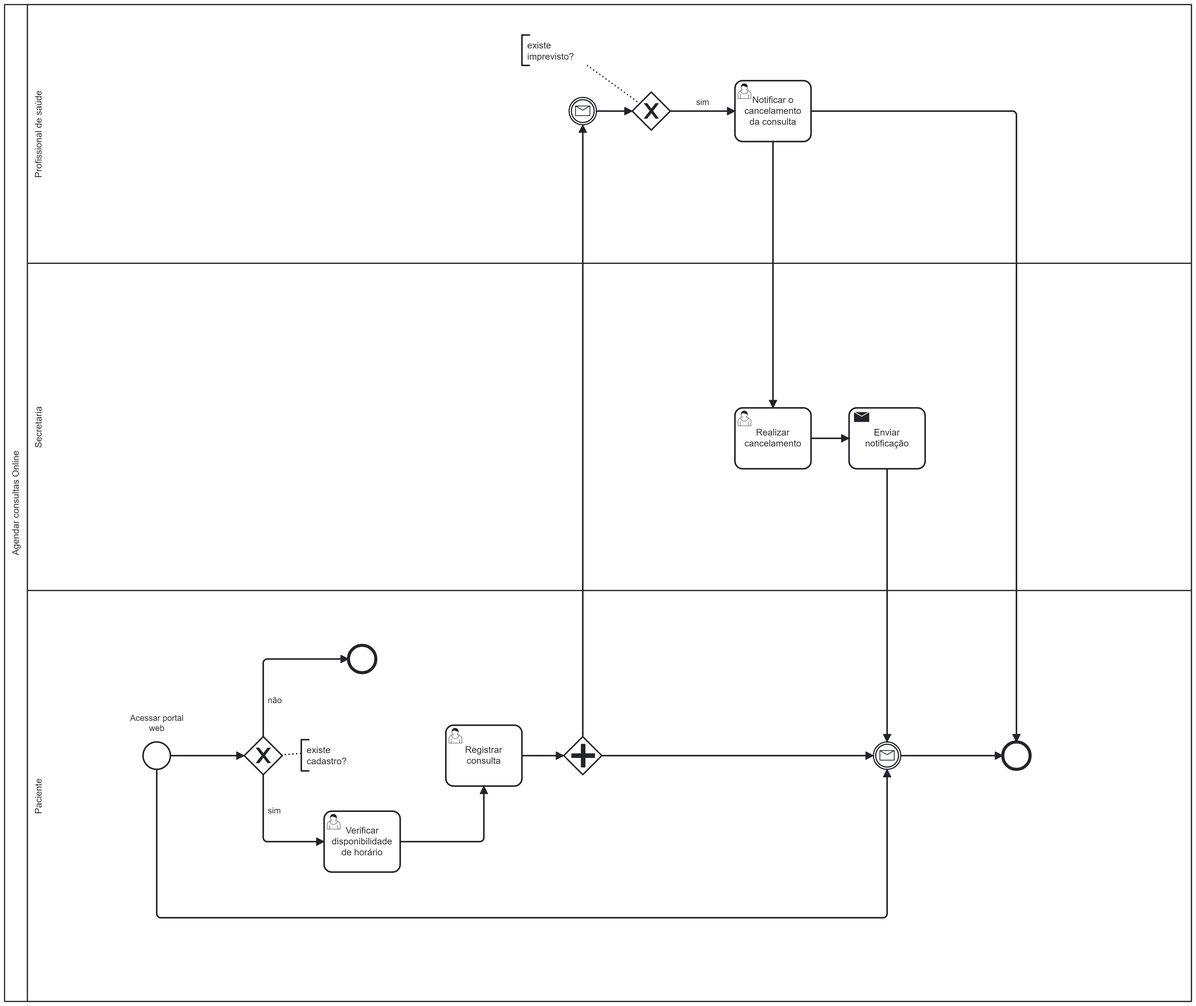
bragap/healthassist-faculdade-2p keeps this BPMN diagram as docs/images/processo_3_gerenciar_consultas_online.png. Above is the earlier version. Its source is kept beside it as assets/processes/processo_3_gerenciar_consultas_online.bpmn. Ids are renumbered.
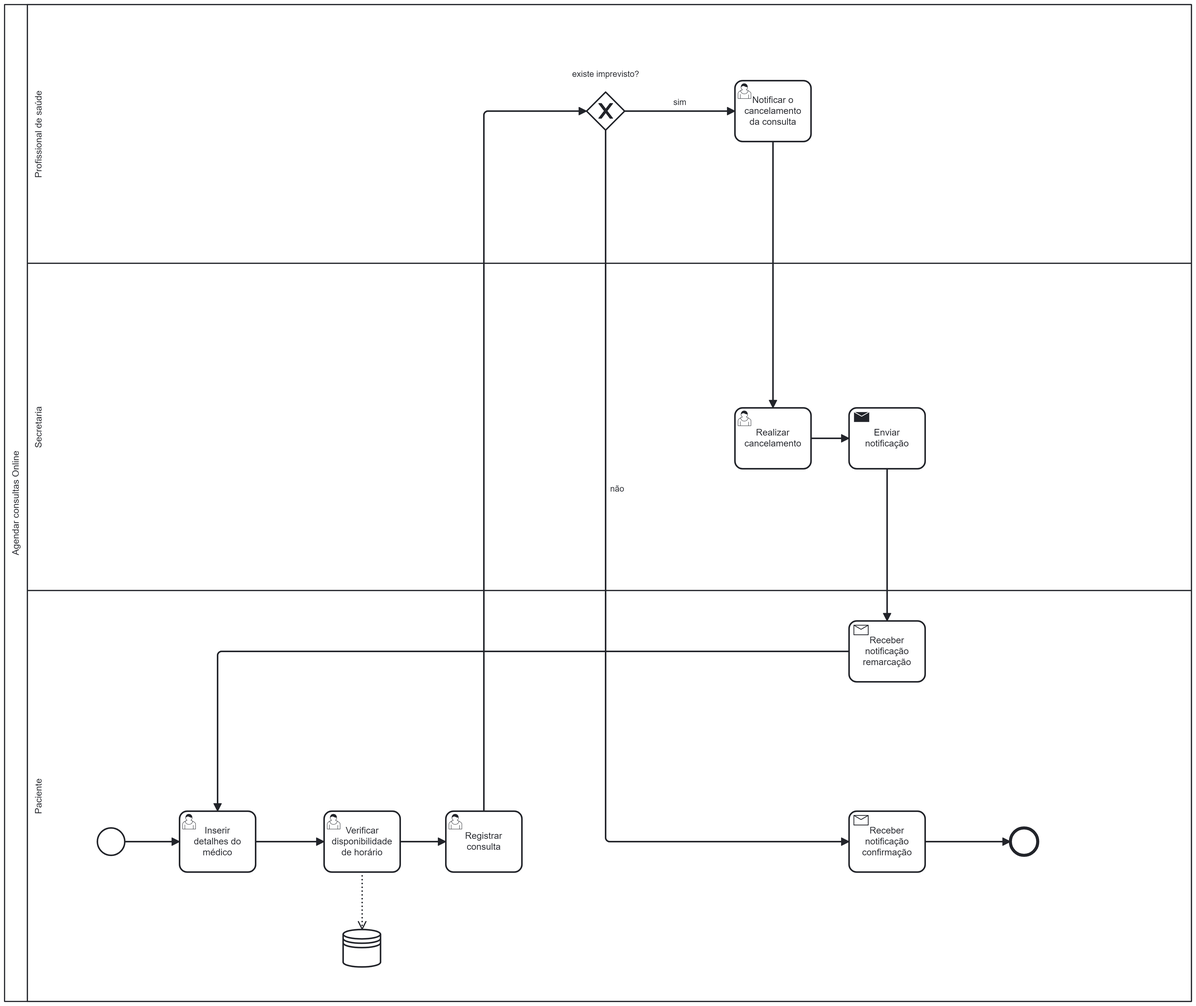
The same diagram one commit later.

Commit message:
Atualização do processo 3 #62

Diff of the diagram source:
```diff
@@ -5,106 +5,82 @@
   <bpmn:process id="Process_n4" isExecutable="true">
     <bpmn:laneSet id="LaneSet_n5">
       <bpmn:lane id="Lane_n6" name="Paciente">
-        <bpmn:flowNodeRef>Gateway_n7</bpmn:flowNodeRef>
         <bpmn:flowNodeRef>Activity_n8</bpmn:flowNodeRef>
-        <bpmn:flowNodeRef>Event_n9</bpmn:flowNodeRef>
-        <bpmn:flowNodeRef>Event_n10</bpmn:flowNodeRef>
         <bpmn:flowNodeRef>Activity_n11</bpmn:flowNodeRef>
-        <bpmn:flowNodeRef>Gateway_n12</bpmn:flowNodeRef>
+        <bpmn:flowNodeRef>Activity_n42</bpmn:flowNodeRef>
         <bpmn:flowNodeRef>Event_n13</bpmn:flowNodeRef>
+        <bpmn:flowNodeRef>Activity_n43</bpmn:flowNodeRef>
         <bpmn:flowNodeRef>StartEvent_1</bpmn:flowNodeRef>
+        <bpmn:flowNodeRef>Activity_n44</bpmn:flowNodeRef>
       </bpmn:lane>
       <bpmn:lane id="Lane_n14" name="Secretaria">
         <bpmn:flowNodeRef>Activity_n15</bpmn:flowNodeRef>
         <bpmn:flowNodeRef>Activity_n16</bpmn:flowNodeRef>
       </bpmn:lane>
       <bpmn:lane id="Lane_n17" name="Profissional de saúde">
-        <bpmn:flowNodeRef>Event_n18</bpmn:flowNodeRef>
-        <bpmn:flowNodeRef>Gateway_n19</bpmn:flowNodeRef>
         <bpmn:flowNodeRef>Activity_n20</bpmn:flowNodeRef>
+        <bpmn:flowNodeRef>Gateway_n12</bpmn:flowNodeRef>
       </bpmn:lane>
     </bpmn:laneSet>
-    <bpmn:exclusiveGateway id="Gateway_n7">
-      <bpmn:incoming>Flow_n21</bpmn:incoming>
-      <bpmn:outgoing>Flow_n22</bpmn:outgoing>
-      <bpmn:outgoing>Flow_n23</bpmn:outgoing>
-    </bpmn:exclusiveGateway>
-    <bpmn:intermediateCatchEvent id="Event_n18">
+    <bpmn:sequenceFlow id="Flow_n29" sourceRef="Activity_n15" targetRef="Activity_n16" />
+    <bpmn:sequenceFlow id="Flow_n28" sourceRef="Activity_n20" targetRef="Activity_n15" />
+    <bpmn:sequenceFlow id="Flow_n24" name="sim" sourceRef="Gateway_n12" targetRef="Activity_n20" />
+    <bpmn:sendTask id="Activity_n16" name="Enviar notificação">
+      <bpmn:incoming>Flow_n29</bpmn:incoming>
+      <bpmn:outgoing>Flow_n45</bpmn:outgoing>
+    </bpmn:sendTask>
+    <bpmn:userTask id="Activity_n20" name="Notificar o cancelamento da consulta">
       <bpmn:incoming>Flow_n24</bpmn:incoming>
-      <bpmn:outgoing>Flow_n25</bpmn:outgoing>
-      <bpmn:messageEventDefinition id="MessageEventDefinition_n26" />
-    </bpmn:intermediateCatchEvent>
-    <bpmn:exclusiveGateway id="Gateway_n19">
-      <bpmn:incoming>Flow_n25</bpmn:incoming>
-      <bpmn:outgoing>Flow_n27</bpmn:outgoing>
-    </bpmn:exclusiveGateway>
+      <bpmn:outgoing>Flow_n28</bpmn:outgoing>
+    </bpmn:userTask>
     <bpmn:userTask id="Activity_n15" name="Realizar cancelamento">
       <bpmn:incoming>Flow_n28</bpmn:incoming>
       <bpmn:outgoing>Flow_n29</bpmn:outgoing>
     </bpmn:userTask>
-    <bpmn:sequenceFlow id="Flow_n22" name="sim" sourceRef="Gateway_n7" targetRef="Activity_n8" />
+    <bpmn:sequenceFlow id="Flow_n37" sourceRef="Activity_n11" targetRef="Gateway_n12" />
     <bpmn:sequenceFlow id="Flow_n30" sourceRef="Activity_n8" targetRef="Activity_n11" />
-    <bpmn:sequenceFlow id="Flow_n25" sourceRef="Event_n18" targetRef="Gateway_n19" />
-    <bpmn:sequenceFlow id="Flow_n27" name="sim" sourceRef="Gateway_n19" targetRef="Activity_n20" />
-    <bpmn:sequenceFlow id="Flow_n28" sourceRef="Activity_n20" targetRef="Activity_n15" />
     <bpmn:userTask id="Activity_n8" name="Verificar disponibilidade de horário">
-      <bpmn:incoming>Flow_n22</bpmn:incoming>
+      <bpmn:incoming>Flow_n46</bpmn:incoming>
       <bpmn:outgoing>Flow_n30</bpmn:outgoing>
+      <bpmn:dataOutputAssociation id="DataOutputAssociation_n47">
+        <bpmn:targetRef>DataStoreReference_n48</bpmn:targetRef>
+      </bpmn:dataOutputAssociation>
     </bpmn:userTask>
-    <bpmn:userTask id="Activity_n20" name="Notificar o cancelamento da consulta">
-      <bpmn:incoming>Flow_n27</bpmn:incoming>
-      <bpmn:outgoing>Flow_n28</bpmn:outgoing>
-      <bpmn:outgoing>Flow_n31</bpmn:outgoing>
-    </bpmn:userTask>
-    <bpmn:sequenceFlow id="Flow_n29" sourceRef="Activity_n15" targetRef="Activity_n16" />
-    <bpmn:intermediateCatchEvent id="Event_n9">
-      <bpmn:incoming>Flow_n32</bpmn:incoming>
-      <bpmn:incoming>Flow_n33</bpmn:incoming>
-      <bpmn:incoming>Flow_n34</bpmn:incoming>
-      <bpmn:outgoing>Flow_n35</bpmn:outgoing>
-      <bpmn:messageEventDefinition id="MessageEventDefinition_n36" />
-    </bpmn:intermediateCatchEvent>
-    <bpmn:sequenceFlow id="Flow_n32" sourceRef="Activity_n16" targetRef="Event_n9" />
-    <bpmn:sendTask id="Activity_n16" name="Enviar notificação">
-      <bpmn:incoming>Flow_n29</bpmn:incoming>
-      <bpmn:outgoing>Flow_n32</bpmn:outgoing>
-    </bpmn:sendTask>
-    <bpmn:sequenceFlow id="Flow_n23" name="não" sourceRef="Gateway_n7" targetRef="Event_n10" />
-    <bpmn:endEvent id="Event_n10">
-      <bpmn:incoming>Flow_n23</bpmn:incoming>
-    </bpmn:endEvent>
-    <bpmn:sequenceFlow id="Flow_n37" sourceRef="Activity_n11" targetRef="Gateway_n12" />
-    <bpmn:sequenceFlow id="Flow_n33" sourceRef="Gateway_n12" targetRef="Event_n9" />
-    <bpmn:sequenceFlow id="Flow_n24" sourceRef="Gateway_n12" targetRef="Event_n18" />
+    <bpmn:sequenceFlow id="Flow_n49" sourceRef="Activity_n42" targetRef="Event_n13" />
     <bpmn:userTask id="Activity_n11" name="Registrar consulta">
       <bpmn:incoming>Flow_n30</bpmn:incoming>
       <bpmn:outgoing>Flow_n37</bpmn:outgoing>
     </bpmn:userTask>
-    <bpmn:parallelGateway id="Gateway_n12">
+    <bpmn:receiveTask id="Activity_n42" name="Receber notificação confirmação">
+      <bpmn:incoming>Flow_n50</bpmn:incoming>
+      <bpmn:outgoing>Flow_n49</bpmn:outgoing>
+    </bpmn:receiveTask>
+    <bpmn:endEvent id="Event_n13">
+      <bpmn:incoming>Flow_n49</bpmn:incoming>
+    </bpmn:endEvent>
+    <bpmn:sequenceFlow id="Flow_n51" sourceRef="Activity_n43" targetRef="Activity_n44" />
+    <bpmn:sequenceFlow id="Flow_n45" sourceRef="Activity_n16" targetRef="Activity_n43" />
+    <bpmn:receiveTask id="Activity_n43" name="Receber notificação remarcação">
+      <bpmn:incoming>Flow_n45</bpmn:incoming>
+      <bpmn:outgoing>Flow_n51</bpmn:outgoing>
+    </bpmn:receiveTask>
+    <bpmn:sequenceFlow id="Flow_n52" sourceRef="StartEvent_1" targetRef="Activity_n44" />
+    <bpmn:startEvent id="StartEvent_1">
+      <bpmn:outgoing>Flow_n52</bpmn:outgoing>
+    </bpmn:startEvent>
+    <bpmn:dataStoreReference id="DataStoreReference_n48" />
+    <bpmn:sequenceFlow id="Flow_n46" sourceRef="Activity_n44" targetRef="Activity_n8" />
+    <bpmn:sequenceFlow id="Flow_n50" name="não" sourceRef="Gateway_n12" targetRef="Activity_n42" />
+    <bpmn:exclusiveGateway id="Gateway_n12" name="existe imprevisto?">
       <bpmn:incoming>Flow_n37</bpmn:incoming>
-      <bpmn:outgoing>Flow_n33</bpmn:outgoing>
       <bpmn:outgoing>Flow_n24</bpmn:outgoing>
-    </bpmn:parallelGateway>
-    <bpmn:endEvent id="Event_n13">
-      <bpmn:incoming>Flow_n31</bpmn:incoming>
-      <bpmn:incoming>Flow_n35</bpmn:incoming>
-    </bpmn:endEvent>
-    <bpmn:sequenceFlow id="Flow_n31" sourceRef="Activity_n20" targetRef="Event_n13" />
-    <bpmn:sequenceFlow id="Flow_n35" sourceRef="Event_n9" targetRef="Event_n13" />
-    <bpmn:startEvent id="StartEvent_1" name="Acessar portal web">
-      <bpmn:outgoing>Flow_n21</bpmn:outgoing>
-      <bpmn:outgoing>Flow_n34</bpmn:outgoing>
-    </bpmn:startEvent>
-    <bpmn:sequenceFlow id="Flow_n21" sourceRef="StartEvent_1" targetRef="Gateway_n7" />
-    <bpmn:sequenceFlow id="Flow_n34" sourceRef="StartEvent_1" targetRef="Event_n9" />
-    <bpmn:textAnnotation id="TextAnnotation_n38">
-      <bpmn:text>existe cadastro?</bpmn:text>
-    </bpmn:textAnnotation>
-    <bpmn:textAnnotation id="TextAnnotation_n39">
-      <bpmn:text>existe imprevisto?</bpmn:text>
-    </bpmn:textAnnotation>
-    <bpmn:association id="Association_n40" sourceRef="Gateway_n7" targetRef="TextAnnotation_n38" />
-    <bpmn:association id="Association_n41" sourceRef="Gateway_n19" targetRef="TextAnnotation_n39" />
+      <bpmn:outgoing>Flow_n50</bpmn:outgoing>
+    </bpmn:exclusiveGateway>
+    <bpmn:userTask id="Activity_n44" name="Inserir detalhes do médico">
+      <bpmn:incoming>Flow_n52</bpmn:incoming>
+      <bpmn:incoming>Flow_n51</bpmn:incoming>
+      <bpmn:outgoing>Flow_n46</bpmn:outgoing>
+    </bpmn:userTask>
   </bpmn:process>
   <bpmndi:BPMNDiagram id="BPMNDiagram_1">
     <bpmndi:BPMNPlane id="BPMNPlane_1" bpmnElement="Collaboration_n2">
@@ -124,14 +100,11 @@
         <dc:Bounds x="190" y="850" width="1530" height="540" />
         <bpmndi:BPMNLabel />
       </bpmndi:BPMNShape>
-      <bpmndi:BPMNShape id="Gateway_n7_di" bpmnElement="Gateway_n7" isMarkerVisible="true">
-        <dc:Bounds x="475" y="1042" width="50" height="50" />
+      <bpmndi:BPMNShape id="Activity_1jxtt6m_di" bpmnElement="Activity_n16">
+        <dc:Bounds x="1270" y="610" width="100" height="80" />
       </bpmndi:BPMNShape>
-      <bpmndi:BPMNShape id="Event_0be0fab_di" bpmnElement="Event_n18">
-        <dc:Bounds x="902" y="202" width="36" height="36" />
-      </bpmndi:BPMNShape>
-      <bpmndi:BPMNShape id="Gateway_n19_di" bpmnElement="Gateway_n19" isMarkerVisible="true">
-        <dc:Bounds x="985" y="195" width="50" height="50" />
+      <bpmndi:BPMNShape id="Activity_1yzrx76_di" bpmnElement="Activity_n20">
+        <dc:Bounds x="1120" y="180" width="100" height="80" />
       </bpmndi:BPMNShape>
       <bpmndi:BPMNShape id="Activity_1duujyl_di" bpmnElement="Activity_n15">
         <dc:Bounds x="1120" y="610" width="100" height="80" />
@@ -139,124 +112,95 @@
       <bpmndi:BPMNShape id="Activity_1cv9o6x_di" bpmnElement="Activity_n8">
         <dc:Bounds x="580" y="1140" width="100" height="80" />
       </bpmndi:BPMNShape>
-      <bpmndi:BPMNShape id="Activity_1yzrx76_di" bpmnElement="Activity_n20">
-        <dc:Bounds x="1120" y="180" width="100" height="80" />
-      </bpmndi:BPMNShape>
-      <bpmndi:BPMNShape id="Event_1ajb8vh_di" bpmnElement="Event_n9">
-        <dc:Bounds x="1302" y="1049" width="36" height="36" />
-      </bpmndi:BPMNShape>
-      <bpmndi:BPMNShape id="Activity_1jxtt6m_di" bpmnElement="Activity_n16">
-        <dc:Bounds x="1270" y="610" width="100" height="80" />
-      </bpmndi:BPMNShape>
-      <bpmndi:BPMNShape id="TextAnnotation_n38_di" bpmnElement="TextAnnotation_n38">
-        <dc:Bounds x="550" y="1046" width="100" height="41" />
+      <bpmndi:BPMNShape id="Activity_1cvhmia_di" bpmnElement="Activity_n11">
+        <dc:Bounds x="740" y="1140" width="100" height="80" />
         <bpmndi:BPMNLabel />
       </bpmndi:BPMNShape>
-      <bpmndi:BPMNShape id="TextAnnotation_n39_di" bpmnElement="TextAnnotation_n39">
-        <dc:Bounds x="840" y="120" width="99.99999794078421" height="40.48582995951417" />
+      <bpmndi:BPMNShape id="Activity_0r55v8i_di" bpmnElement="Activity_n42">
+        <dc:Bounds x="1270" y="1140" width="100" height="80" />
         <bpmndi:BPMNLabel />
       </bpmndi:BPMNShape>
-      <bpmndi:BPMNShape id="Event_n10_di" bpmnElement="Event_n10">
-        <dc:Bounds x="612" y="922" width="36" height="36" />
+      <bpmndi:BPMNShape id="Event_n13_di" bpmnElement="Event_n13">
+        <dc:Bounds x="1482" y="1162" width="36" height="36" />
       </bpmndi:BPMNShape>
-      <bpmndi:BPMNShape id="Activity_1cvhmia_di" bpmnElement="Activity_n11">
-        <dc:Bounds x="740" y="1027" width="100" height="80" />
+      <bpmndi:BPMNShape id="Activity_1i6jer1_di" bpmnElement="Activity_n43">
+        <dc:Bounds x="1270" y="890" width="100" height="80" />
+      </bpmndi:BPMNShape>
+      <bpmndi:BPMNShape id="_BPMNShape_StartEvent_2" bpmnElement="StartEvent_1">
+        <dc:Bounds x="282" y="1162" width="36" height="36" />
+        <bpmndi:BPMNLabel>
+          <dc:Bounds x="265" y="1125" width="70" height="27" />
+        </bpmndi:BPMNLabel>
+      </bpmndi:BPMNShape>
+      <bpmndi:BPMNShape id="DataStoreReference_n48_di" bpmnElement="DataStoreReference_n48">
+        <dc:Bounds x="605" y="1295" width="50" height="50" />
+      </bpmndi:BPMNShape>
+      <bpmndi:BPMNShape id="Gateway_1v94f5p_di" bpmnElement="Gateway_n12" isMarkerVisible="true">
+        <dc:Bounds x="925" y="195" width="50" height="50" />
+        <bpmndi:BPMNLabel>
+          <dc:Bounds x="906" y="165" width="89" height="14" />
+        </bpmndi:BPMNLabel>
+      </bpmndi:BPMNShape>
+      <bpmndi:BPMNShape id="Activity_1t261x3_di" bpmnElement="Activity_n44">
+        <dc:Bounds x="390" y="1140" width="100" height="80" />
         <bpmndi:BPMNLabel />
       </bpmndi:BPMNShape>
-      <bpmndi:BPMNShape id="Gateway_1o4tao1_di" bpmnElement="Gateway_n12">
-        <dc:Bounds x="895" y="1042" width="50" height="50" />
-      </bpmndi:BPMNShape>
-      <bpmndi:BPMNShape id="Event_n13_di" bpmnElement="Event_n13">
-        <dc:Bounds x="1472" y="1049" width="36" height="36" />
-      </bpmndi:BPMNShape>
-      <bpmndi:BPMNShape id="_BPMNShape_StartEvent_2" bpmnElement="StartEvent_1">
-        <dc:Bounds x="342" y="1049" width="36" height="36" />
-        <bpmndi:BPMNLabel>
-          <dc:Bounds x="325" y="1011.5" width="70" height="27" />
-        </bpmndi:BPMNLabel>
-      </bpmndi:BPMNShape>
-      <bpmndi:BPMNEdge id="Flow_n22_di" bpmnElement="Flow_n22">
-        <di:waypoint x="500" y="1092" />
-        <di:waypoint x="500" y="1180" />
-        <di:waypoint x="580" y="1180" />
-        <bpmndi:BPMNLabel>
-          <dc:Bounds x="506" y="1133" width="18" height="14" />
-        </bpmndi:BPMNLabel>
-      </bpmndi:BPMNEdge>
-      <bpmndi:BPMNEdge id="Flow_n30_di" bpmnElement="Flow_n30">
-        <di:waypoint x="680" y="1180" />
-        <di:waypoint x="790" y="1180" />
-        <di:waypoint x="790" y="1107" />
-      </bpmndi:BPMNEdge>
-      <bpmndi:BPMNEdge id="Flow_n25_di" bpmnElement="Flow_n25">
-        <di:waypoint x="938" y="220" />
-        <di:waypoint x="985" y="220" />
-      </bpmndi:BPMNEdge>
-      <bpmndi:BPMNEdge id="Flow_n27_di" bpmnElement="Flow_n27">
-        <di:waypoint x="1035" y="220" />
-        <di:waypoint x="1120" y="220" />
-        <bpmndi:BPMNLabel>
-          <dc:Bounds x="1069" y="202" width="18" height="14" />
-        </bpmndi:BPMNLabel>
+      <bpmndi:BPMNEdge id="Flow_n29_di" bpmnElement="Flow_n29">
+        <di:waypoint x="1220" y="650" />
+        <di:waypoint x="1270" y="650" />
       </bpmndi:BPMNEdge>
       <bpmndi:BPMNEdge id="Flow_n28_di" bpmnElement="Flow_n28">
         <di:waypoint x="1170" y="260" />
         <di:waypoint x="1170" y="610" />
       </bpmndi:BPMNEdge>
-      <bpmndi:BPMNEdge id="Flow_n29_di" bpmnElement="Flow_n29">
-        <di:waypoint x="1220" y="650" />
-        <di:waypoint x="1270" y="650" />
-      </bpmndi:BPMNEdge>
-      <bpmndi:BPMNEdge id="Flow_n32_di" bpmnElement="Flow_n32">
-        <di:waypoint x="1320" y="690" />
-        <di:waypoint x="1320" y="1049" />
-      </bpmndi:BPMNEdge>
-      <bpmndi:BPMNEdge id="Association_n40_di" bpmnElement="Association_n40">
-        <di:waypoint x="524" y="1066" />
-        <di:waypoint x="550" y="1064" />
-      </bpmndi:BPMNEdge>
-      <bpmndi:BPMNEdge id="Association_n41_di" bpmnElement="Association_n41">
-        <di:waypoint x="995" y="210" />
-        <di:waypoint x="926" y="160" />
-      </bpmndi:BPMNEdge>
-      <bpmndi:BPMNEdge id="Flow_n23_di" bpmnElement="Flow_n23">
-        <di:waypoint x="500" y="1042" />
-        <di:waypoint x="500" y="940" />
-        <di:waypoint x="612" y="940" />
+      <bpmndi:BPMNEdge id="Flow_n24_di" bpmnElement="Flow_n24">
+        <di:waypoint x="975" y="220" />
+        <di:waypoint x="1120" y="220" />
         <bpmndi:BPMNLabel>
-          <dc:Bounds x="506" y="988" width="19" height="14" />
+          <dc:Bounds x="1039" y="202" width="18" height="14" />
         </bpmndi:BPMNLabel>
       </bpmndi:BPMNEdge>
       <bpmndi:BPMNEdge id="Flow_n37_di" bpmnElement="Flow_n37">
-        <di:waypoint x="840" y="1067" />
-        <di:waypoint x="895" y="1067" />
+        <di:waypoint x="790" y="1140" />
+        <di:waypoint x="790" y="220" />
+        <di:waypoint x="925" y="220" />
       </bpmndi:BPMNEdge>
-      <bpmndi:BPMNEdge id="Flow_n33_di" bpmnElement="Flow_n33">
-        <di:waypoint x="945" y="1067" />
-        <di:waypoint x="1302" y="1067" />
+      <bpmndi:BPMNEdge id="Flow_n30_di" bpmnElement="Flow_n30">
+        <di:waypoint x="680" y="1180" />
+        <di:waypoint x="740" y="1180" />
       </bpmndi:BPMNEdge>
-      <bpmndi:BPMNEdge id="Flow_n24_di" bpmnElement="Flow_n24">
-        <di:waypoint x="920" y="1042" />
-        <di:waypoint x="920" y="238" />
+      <bpmndi:BPMNEdge id="Flow_n49_di" bpmnElement="Flow_n49">
+        <di:waypoint x="1370" y="1180" />
+        <di:waypoint x="1482" y="1180" />
       </bpmndi:BPMNEdge>
-      <bpmndi:BPMNEdge id="Flow_n31_di" bpmnElement="Flow_n31">
-        <di:waypoint x="1220" y="220" />
-        <di:waypoint x="1490" y="220" />
-        <di:waypoint x="1490" y="1049" />
+      <bpmndi:BPMNEdge id="Flow_n51_di" bpmnElement="Flow_n51">
+        <di:waypoint x="1270" y="930" />
+        <di:waypoint x="440" y="930" />
+        <di:waypoint x="440" y="1140" />
       </bpmndi:BPMNEdge>
-      <bpmndi:BPMNEdge id="Flow_n35_di" bpmnElement="Flow_n35">
-        <di:waypoint x="1338" y="1067" />
-        <di:waypoint x="1472" y="1067" />
+      <bpmndi:BPMNEdge id="Flow_n45_di" bpmnElement="Flow_n45">
+        <di:waypoint x="1320" y="690" />
+        <di:waypoint x="1320" y="890" />
       </bpmndi:BPMNEdge>
-      <bpmndi:BPMNEdge id="Flow_n21_di" bpmnElement="Flow_n21">
-        <di:waypoint x="378" y="1067" />
-        <di:waypoint x="475" y="1067" />
+      <bpmndi:BPMNEdge id="Flow_n52_di" bpmnElement="Flow_n52">
+        <di:waypoint x="318" y="1180" />
+        <di:waypoint x="390" y="1180" />
       </bpmndi:BPMNEdge>
-      <bpmndi:BPMNEdge id="Flow_n34_di" bpmnElement="Flow_n34">
-        <di:waypoint x="360" y="1085" />
-        <di:waypoint x="360" y="1280" />
-        <di:waypoint x="1320" y="1280" />
-        <di:waypoint x="1320" y="1085" />
+      <bpmndi:BPMNEdge id="Flow_n46_di" bpmnElement="Flow_n46">
+        <di:waypoint x="490" y="1180" />
+        <di:waypoint x="580" y="1180" />
+      </bpmndi:BPMNEdge>
+      <bpmndi:BPMNEdge id="Flow_n50_di" bpmnElement="Flow_n50">
+        <di:waypoint x="950" y="245" />
+        <di:waypoint x="950" y="1180" />
+        <di:waypoint x="1270" y="1180" />
+        <bpmndi:BPMNLabel>
+          <dc:Bounds x="956" y="710" width="19" height="14" />
+        </bpmndi:BPMNLabel>
+      </bpmndi:BPMNEdge>
+      <bpmndi:BPMNEdge id="DataOutputAssociation_n47_di" bpmnElement="DataOutputAssociation_n47">
+        <di:waypoint x="630" y="1220" />
+        <di:waypoint x="630" y="1295" />
       </bpmndi:BPMNEdge>
     </bpmndi:BPMNPlane>
   </bpmndi:BPMNDiagram>
```
